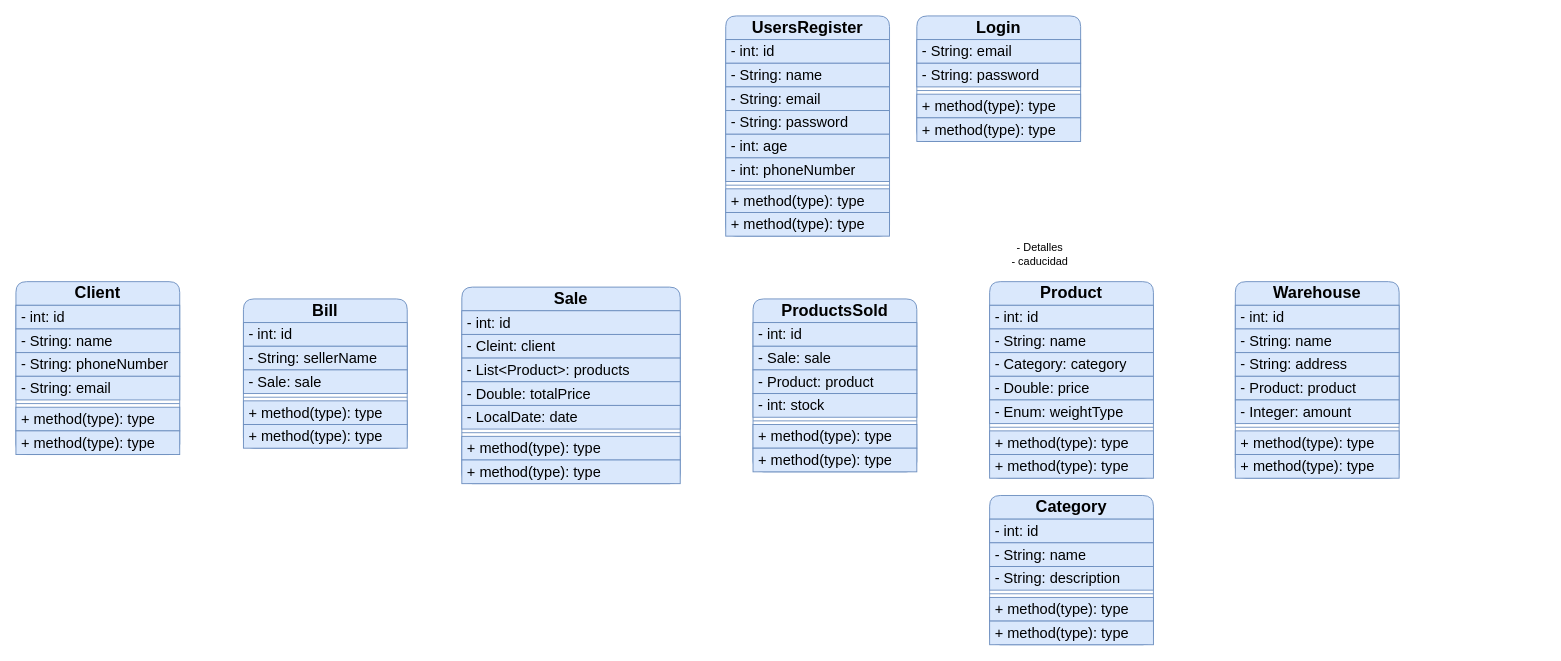
Before: diagrams/fincaFacilUML.drawio in SantiagoGZ1/fincaFacil, a draw.io diagram. Source tidied: cells renumbered, new cells numbered last; positions are measured from the earlier drawing's top-left corner, leaving out a move shared by most shapes. Both pictures are drawn from the tidied source at 91%, with x=0, y=0 at pixel (15, 15).
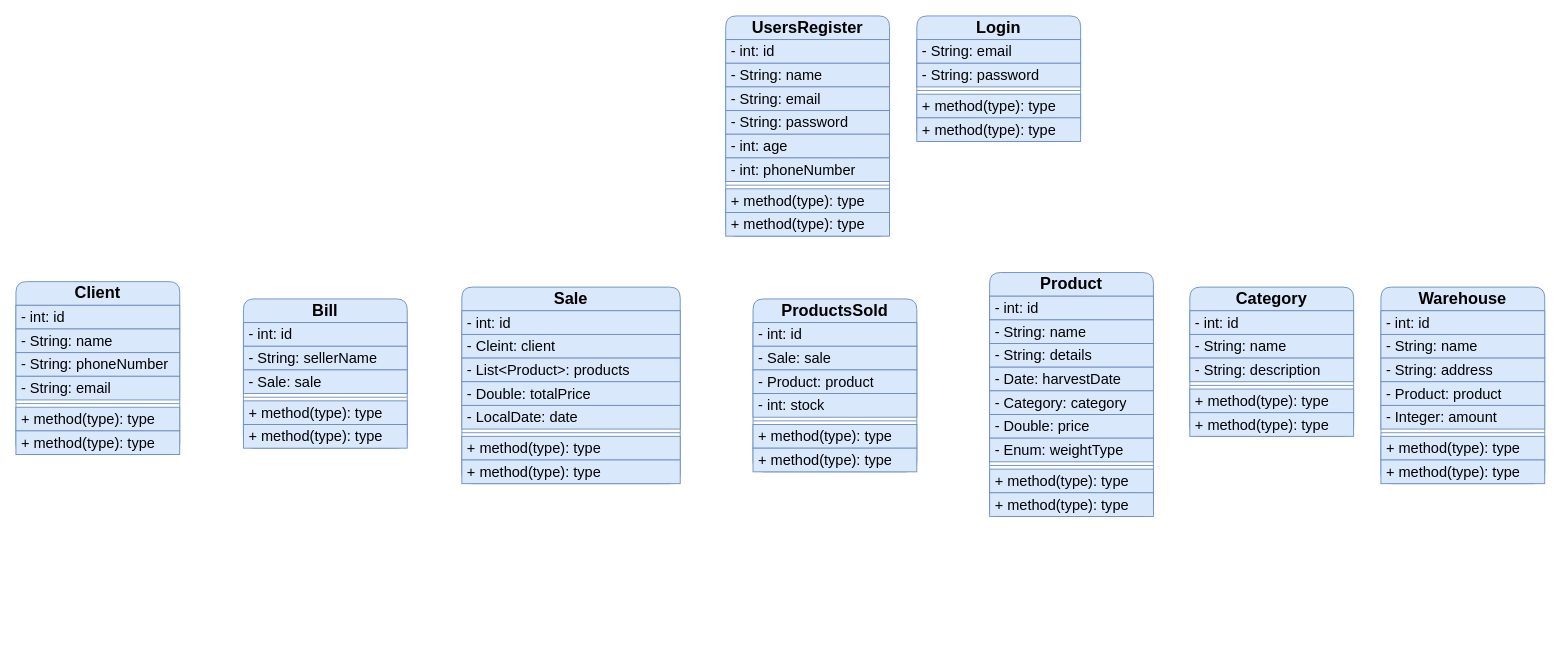
The same page after the edit.

Change to the diagram source:
```diff
@@
     <mxCell id="2" value="&lt;font style=&quot;font-size: 18px;&quot;&gt;Product&lt;/font&gt;" style="swimlane;fontStyle=1;align=center;verticalAlign=middle;horizontal=1;startSize=26;whiteSpace=wrap;html=1;fontSize=16;shadow=0;strokeWidth=1;fillColor=#dae8fc;strokeColor=#6c8ebf;swimlaneFillColor=none;gradientColor=none;swimlaneLine=1;glass=0;rounded=1;" parent="1" vertex="1">
-      <mxGeometry x="1070" y="292" width="180" height="216" as="geometry" />
+      <mxGeometry x="1070" y="282" width="180" height="268" as="geometry" />
     </mxCell>
@@
+    <mxCell id="76" value="- String: details" style="text;align=left;verticalAlign=middle;spacingLeft=4;spacingRight=4;overflow=hidden;whiteSpace=wrap;html=1;fontSize=16;shadow=0;strokeWidth=1;fillColor=#dae8fc;strokeColor=#6c8ebf;swimlaneFillColor=none;gradientColor=none;swimlaneLine=1;" parent="2" vertex="1">
+      <mxGeometry y="78" width="180" height="26" as="geometry" />
+    </mxCell>
+    <mxCell id="77" value="- Date: harvestDate" style="text;align=left;verticalAlign=middle;spacingLeft=4;spacingRight=4;overflow=hidden;whiteSpace=wrap;html=1;fontSize=16;shadow=0;strokeWidth=1;fillColor=#dae8fc;strokeColor=#6c8ebf;swimlaneFillColor=none;gradientColor=none;swimlaneLine=1;" parent="2" vertex="1">
+      <mxGeometry y="104" width="180" height="26" as="geometry" />
+    </mxCell>
     <mxCell id="5" value="- Category: category" style="text;align=left;verticalAlign=middle;spacingLeft=4;spacingRight=4;overflow=hidden;whiteSpace=wrap;html=1;fontSize=16;shadow=0;strokeWidth=1;fillColor=#dae8fc;strokeColor=#6c8ebf;swimlaneFillColor=none;gradientColor=none;swimlaneLine=1;" parent="2" vertex="1">
-      <mxGeometry y="78" width="180" height="26" as="geometry" />
+      <mxGeometry y="130" width="180" height="26" as="geometry" />
     </mxCell>
     <mxCell id="6" value="- Double: price" style="text;align=left;verticalAlign=middle;spacingLeft=4;spacingRight=4;overflow=hidden;whiteSpace=wrap;html=1;fontSize=16;shadow=0;strokeWidth=1;fillColor=#dae8fc;strokeColor=#6c8ebf;swimlaneFillColor=none;gradientColor=none;swimlaneLine=1;" parent="2" vertex="1">
-      <mxGeometry y="104" width="180" height="26" as="geometry" />
+      <mxGeometry y="156" width="180" height="26" as="geometry" />
     </mxCell>
     <mxCell id="7" value="- Enum: weightType" style="text;align=left;verticalAlign=middle;spacingLeft=4;spacingRight=4;overflow=hidden;whiteSpace=wrap;html=1;fontSize=16;shadow=0;strokeWidth=1;fillColor=#dae8fc;strokeColor=#6c8ebf;swimlaneFillColor=none;gradientColor=none;swimlaneLine=1;" parent="2" vertex="1">
-      <mxGeometry y="130" width="180" height="26" as="geometry" />
+      <mxGeometry y="182" width="180" height="26" as="geometry" />
     </mxCell>
     <mxCell id="8" style="line;strokeWidth=1;align=left;verticalAlign=middle;spacingTop=-1;spacingLeft=3;spacingRight=3;labelPosition=right;fontSize=16;shadow=0;fillColor=#dae8fc;strokeColor=#6c8ebf;swimlaneFillColor=none;gradientColor=none;swimlaneLine=1;" parent="2" vertex="1">
-      <mxGeometry y="156" width="180" height="8" as="geometry" />
+      <mxGeometry y="208" width="180" height="8" as="geometry" />
     </mxCell>
     <mxCell id="9" value="+ method(type): type" style="text;align=left;verticalAlign=middle;spacingLeft=4;spacingRight=4;overflow=hidden;whiteSpace=wrap;html=1;fontSize=16;shadow=0;strokeWidth=1;fillColor=#dae8fc;strokeColor=#6c8ebf;swimlaneFillColor=none;gradientColor=none;swimlaneLine=1;" parent="2" vertex="1">
-      <mxGeometry y="164" width="180" height="26" as="geometry" />
+      <mxGeometry y="216" width="180" height="26" as="geometry" />
     </mxCell>
     <mxCell id="10" value="+ method(type): type" style="text;align=left;verticalAlign=middle;spacingLeft=4;spacingRight=4;overflow=hidden;whiteSpace=wrap;html=1;fontSize=16;shadow=0;strokeWidth=1;fillColor=#dae8fc;strokeColor=#6c8ebf;swimlaneFillColor=none;gradientColor=none;swimlaneLine=1;" parent="2" vertex="1">
-      <mxGeometry y="190" width="180" height="26" as="geometry" />
+      <mxGeometry y="242" width="180" height="26" as="geometry" />
     </mxCell>
     <mxCell id="11" value="&lt;font style=&quot;font-size: 18px;&quot;&gt;Category&lt;/font&gt;" style="swimlane;fontStyle=1;align=center;verticalAlign=middle;horizontal=1;startSize=26;whiteSpace=wrap;html=1;fontSize=16;shadow=0;strokeWidth=1;fillColor=#dae8fc;strokeColor=#6c8ebf;swimlaneFillColor=none;gradientColor=none;swimlaneLine=1;glass=0;rounded=1;" parent="1" vertex="1">
-      <mxGeometry x="1070" y="527" width="180" height="164" as="geometry" />
+      <mxGeometry x="1290" y="298" width="180" height="164" as="geometry" />
     </mxCell>
@@
     <mxCell id="66" value="&lt;font style=&quot;font-size: 18px;&quot;&gt;Warehouse&lt;/font&gt;" style="swimlane;fontStyle=1;align=center;verticalAlign=middle;horizontal=1;startSize=26;whiteSpace=wrap;html=1;fontSize=16;shadow=0;strokeWidth=1;fillColor=#dae8fc;strokeColor=#6c8ebf;swimlaneFillColor=none;gradientColor=none;swimlaneLine=1;glass=0;rounded=1;" parent="1" vertex="1">
-      <mxGeometry x="1340" y="292" width="180" height="216" as="geometry" />
+      <mxGeometry x="1500" y="298" width="180" height="216" as="geometry" />
     </mxCell>
@@
-    <mxCell id="75" value="- Detalles&lt;div&gt;- caducidad&lt;/div&gt;" style="text;html=1;align=center;verticalAlign=middle;strokeColor=none;fillColor=none;" parent="1" vertex="1">
-      <mxGeometry x="1080" y="242" width="90" height="40" as="geometry" />
-    </mxCell>
```
